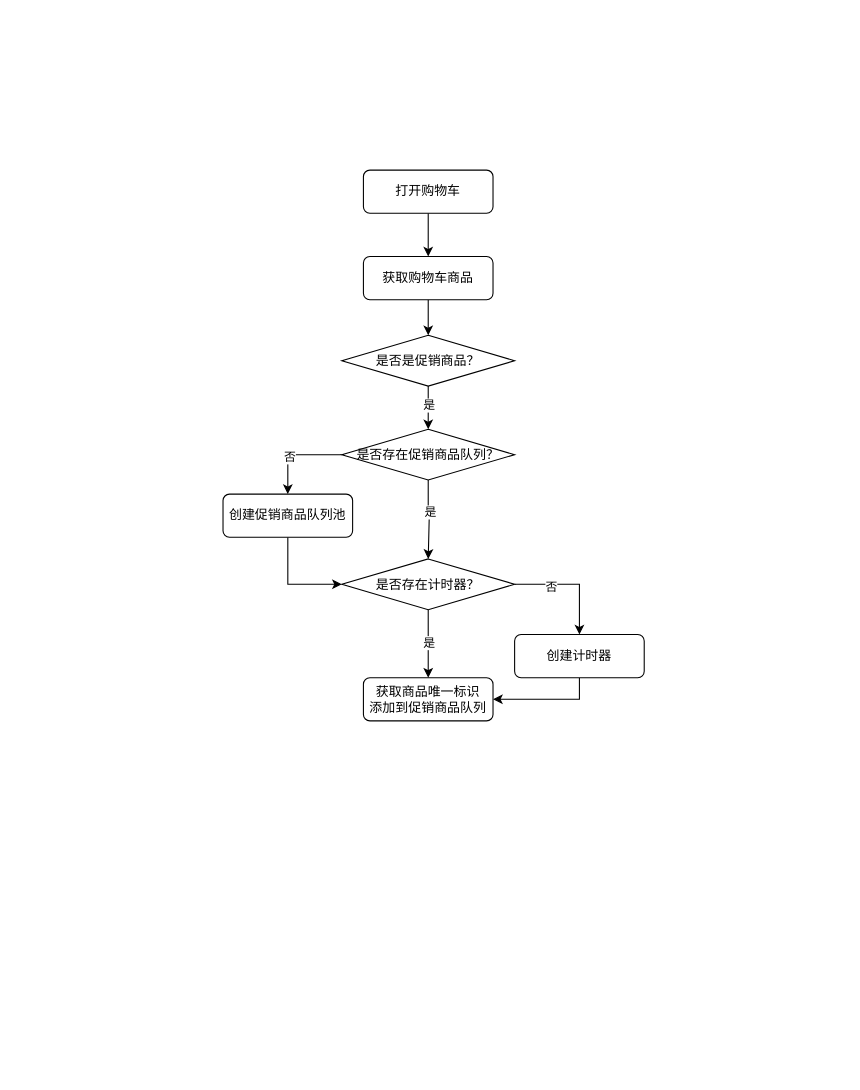
Earlier version of the draw.io diagram cart.drawio (wushenchao/dro). Source tidied: cells renumbered, new cells numbered last; positions are measured from the earlier drawing's top-left corner, leaving out a move shared by most shapes. Both pictures are drawn from the tidied source at 108%, with x=0, y=0 at pixel (222, 170).
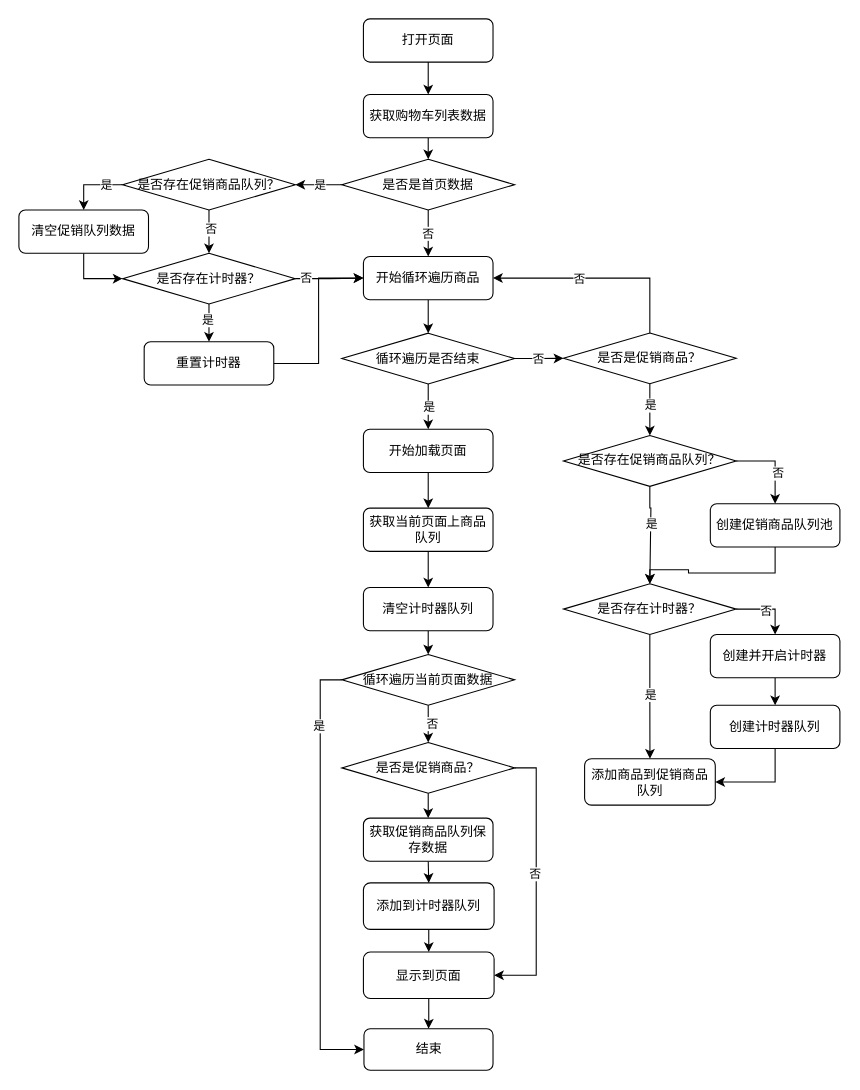
The same diagram, later.

Unchanged cells that the change refers to:
```xml
<mxCell id="19" style="edgeStyle=orthogonalEdgeStyle;rounded=0;jettySize=auto;html=1;exitX=1;exitY=0.5;exitDx=0;exitDy=0;entryX=0.5;entryY=0;entryDx=0;entryDy=0;" parent="1" edge="1" source="21" target="23">
  <mxGeometry relative="1" as="geometry" />
</mxCell>
```

The edit, as a diff of the source:
```diff
@@
-    <mxCell id="2" style="edgeStyle=orthogonalEdgeStyle;rounded=0;jettySize=auto;html=1;exitX=0.5;exitY=1;exitDx=0;exitDy=0;entryX=0.5;entryY=0;entryDx=0;entryDy=0;" parent="1" edge="1" source="3" target="5">
-      <mxGeometry relative="1" as="geometry" />
-    </mxCell>
+    <mxCell id="24" style="edgeStyle=orthogonalEdgeStyle;rounded=0;jettySize=auto;html=1;exitX=0.5;exitY=1;exitDx=0;exitDy=0;entryX=0.5;entryY=0;entryDx=0;entryDy=0;" parent="1" edge="1" source="3" target="32">
+      <mxGeometry relative="1" as="geometry" />
+    </mxCell>
-    <mxCell id="3" value="打开购物车" style="rounded=1;whiteSpace=wrap;html=1;" parent="1" vertex="1">
-      <mxGeometry x="130" width="120" height="40" as="geometry" />
+    <mxCell id="3" value="打开页面" style="rounded=1;whiteSpace=wrap;html=1;" parent="1" vertex="1">
+      <mxGeometry x="130" y="-140" width="120" height="40" as="geometry" />
     </mxCell>
-    <mxCell id="4" style="edgeStyle=orthogonalEdgeStyle;rounded=0;jettySize=auto;html=1;exitX=0.5;exitY=1;exitDx=0;exitDy=0;" parent="1" edge="1" source="5" target="10">
-      <mxGeometry relative="1" as="geometry" />
-    </mxCell>
+    <mxCell id="25" style="edgeStyle=orthogonalEdgeStyle;rounded=0;jettySize=auto;html=1;exitX=0.5;exitY=1;exitDx=0;exitDy=0;entryX=0.5;entryY=0;entryDx=0;entryDy=0;" parent="1" edge="1" source="5" target="56">
+      <mxGeometry relative="1" as="geometry" />
+    </mxCell>
-    <mxCell id="5" value="获取购物车商品" style="rounded=1;whiteSpace=wrap;html=1;" parent="1" vertex="1">
+    <mxCell id="5" value="开始循环遍历商品" style="rounded=1;whiteSpace=wrap;html=1;" parent="1" vertex="1">
       <mxGeometry x="130" y="80" width="120" height="40" as="geometry" />
     </mxCell>
-    <mxCell id="6" style="edgeStyle=orthogonalEdgeStyle;rounded=0;jettySize=auto;html=1;exitX=0.5;exitY=1;exitDx=0;exitDy=0;entryX=0;entryY=0.5;entryDx=0;entryDy=0;" parent="1" edge="1" source="7" target="21">
-      <mxGeometry relative="1" as="geometry" />
-    </mxCell>
-    <mxCell id="7" value="创建促销商品队列池" style="rounded=1;whiteSpace=wrap;html=1;" parent="1" vertex="1">
-      <mxGeometry y="300" width="120" height="40" as="geometry" />
-    </mxCell>
@@
+    <mxCell id="26" style="edgeStyle=orthogonalEdgeStyle;rounded=0;jettySize=auto;html=1;exitX=0.5;exitY=0;exitDx=0;exitDy=0;entryX=1;entryY=0.5;entryDx=0;entryDy=0;" parent="1" edge="1" source="10" target="5">
+      <mxGeometry relative="1" as="geometry" />
+    </mxCell>
+    <mxCell id="27" value="否" style="edgeLabel;html=1;align=center;verticalAlign=middle;" parent="26" vertex="1">
+      <mxGeometry x="0.2" relative="1" as="geometry">
+        <mxPoint x="1" as="offset" />
+      </mxGeometry>
+    </mxCell>
     <mxCell id="10" value="是否是促销商品？" style="rhombus;whiteSpace=wrap;html=1;" parent="1" vertex="1">
-      <mxGeometry x="110" y="153" width="160" height="47" as="geometry" />
+      <mxGeometry x="315.2" y="150.8" width="160" height="47" as="geometry" />
     </mxCell>
-    <mxCell id="11" style="edgeStyle=orthogonalEdgeStyle;rounded=0;jettySize=auto;html=1;exitX=0;exitY=0.5;exitDx=0;exitDy=0;entryX=0.5;entryY=0;entryDx=0;entryDy=0;" parent="1" edge="1" source="15" target="7">
-      <mxGeometry relative="1" as="geometry" />
-    </mxCell>
-    <mxCell id="12" value="否" style="edgeLabel;html=1;align=center;verticalAlign=middle;" parent="11" vertex="1">
-      <mxGeometry x="0.14" y="2" relative="1" as="geometry" />
-    </mxCell>
     <mxCell id="13" style="edgeStyle=orthogonalEdgeStyle;rounded=0;jettySize=auto;html=1;exitX=0.5;exitY=1;exitDx=0;exitDy=0;entryX=0.5;entryY=0;entryDx=0;entryDy=0;" parent="1" edge="1" source="15" target="21">
       <mxGeometry relative="1" as="geometry">
         <Array as="points">
-          <mxPoint x="190" y="319" />
-          <mxPoint x="191" y="319" />
+          <mxPoint x="395.2" y="312.8" />
+          <mxPoint x="396.2" y="312.8" />
         </Array>
       </mxGeometry>
     </mxCell>
@@
+    <mxCell id="11" style="edgeStyle=orthogonalEdgeStyle;rounded=0;jettySize=auto;html=1;exitX=1;exitY=0.5;exitDx=0;exitDy=0;entryX=0.5;entryY=0;entryDx=0;entryDy=0;" parent="1" edge="1" source="15" target="7">
+      <mxGeometry relative="1" as="geometry" />
+    </mxCell>
+    <mxCell id="28" value="否" style="edgeLabel;html=1;align=center;verticalAlign=middle;" parent="11" vertex="1">
+      <mxGeometry x="0.23" y="2" relative="1" as="geometry" />
+    </mxCell>
     <mxCell id="15" value="是否存在促销商品队列？" style="rhombus;whiteSpace=wrap;html=1;" parent="1" vertex="1">
-      <mxGeometry x="110" y="240" width="160" height="47" as="geometry" />
+      <mxGeometry x="315.2" y="245.8" width="160" height="47" as="geometry" />
     </mxCell>
-    <mxCell id="16" value="获取商品唯一标识&lt;div&gt;添加到促销商品队列&lt;/div&gt;" style="rounded=1;whiteSpace=wrap;html=1;" parent="1" vertex="1">
-      <mxGeometry x="130" y="470" width="120" height="40" as="geometry" />
+    <mxCell id="16" value="添加商品到促销商品队列" style="rounded=1;whiteSpace=wrap;html=1;" parent="1" vertex="1">
+      <mxGeometry x="334.8" y="545" width="121" height="43" as="geometry" />
     </mxCell>
@@
-    <mxCell id="20" value="否" style="edgeLabel;html=1;align=center;verticalAlign=middle;" parent="19" vertex="1">
-      <mxGeometry x="-0.38" y="-1" relative="1" as="geometry">
-        <mxPoint y="1" as="offset" />
-      </mxGeometry>
-    </mxCell>
+    <mxCell id="29" value="否" style="edgeLabel;html=1;align=center;verticalAlign=middle;" parent="19" vertex="1">
+      <mxGeometry x="-0.1" relative="1" as="geometry">
+        <mxPoint y="1" as="offset" />
+      </mxGeometry>
+    </mxCell>
     <mxCell id="21" value="是否存在计时器？" style="rhombus;whiteSpace=wrap;html=1;" parent="1" vertex="1">
-      <mxGeometry x="110" y="360" width="160" height="47" as="geometry" />
+      <mxGeometry x="315.2" y="383" width="160" height="47" as="geometry" />
     </mxCell>
-    <mxCell id="22" style="edgeStyle=orthogonalEdgeStyle;rounded=0;jettySize=auto;html=1;exitX=0.5;exitY=1;exitDx=0;exitDy=0;entryX=1;entryY=0.5;entryDx=0;entryDy=0;" parent="1" edge="1" source="23" target="16">
-      <mxGeometry relative="1" as="geometry" />
-    </mxCell>
+    <mxCell id="30" style="edgeStyle=orthogonalEdgeStyle;rounded=0;jettySize=auto;html=1;exitX=0.5;exitY=1;exitDx=0;exitDy=0;" parent="1" edge="1" source="23" target="70">
+      <mxGeometry relative="1" as="geometry" />
+    </mxCell>
-    <mxCell id="23" value="创建计时器" style="rounded=1;whiteSpace=wrap;html=1;" parent="1" vertex="1">
-      <mxGeometry x="270" y="430" width="120" height="40" as="geometry" />
+    <mxCell id="23" value="创建并开启计时器" style="rounded=1;whiteSpace=wrap;html=1;" parent="1" vertex="1">
+      <mxGeometry x="451.2" y="430" width="120" height="40" as="geometry" />
     </mxCell>
+    <mxCell id="31" style="edgeStyle=orthogonalEdgeStyle;rounded=0;jettySize=auto;html=1;exitX=0.5;exitY=1;exitDx=0;exitDy=0;entryX=0.5;entryY=0;entryDx=0;entryDy=0;" parent="1" edge="1" source="32" target="37">
+      <mxGeometry relative="1" as="geometry" />
+    </mxCell>
+    <mxCell id="32" value="获取购物车列表数据" style="rounded=1;whiteSpace=wrap;html=1;" parent="1" vertex="1">
+      <mxGeometry x="130" y="-70" width="120" height="40" as="geometry" />
+    </mxCell>
+    <mxCell id="33" style="edgeStyle=orthogonalEdgeStyle;rounded=0;jettySize=auto;html=1;exitX=0.5;exitY=1;exitDx=0;exitDy=0;" parent="1" edge="1" source="37" target="5">
+      <mxGeometry relative="1" as="geometry" />
+    </mxCell>
+    <mxCell id="34" value="否" style="edgeLabel;html=1;align=center;verticalAlign=middle;" parent="33" vertex="1">
+      <mxGeometry x="-0.02" y="-1" relative="1" as="geometry" />
+    </mxCell>
+    <mxCell id="35" style="edgeStyle=orthogonalEdgeStyle;rounded=0;jettySize=auto;html=1;exitX=0;exitY=0.5;exitDx=0;exitDy=0;entryX=1;entryY=0.5;entryDx=0;entryDy=0;" parent="1" edge="1" source="37" target="42">
+      <mxGeometry relative="1" as="geometry" />
+    </mxCell>
+    <mxCell id="36" value="是" style="edgeLabel;html=1;align=center;verticalAlign=middle;" parent="35" vertex="1">
+      <mxGeometry x="-0.02" relative="1" as="geometry" />
+    </mxCell>
+    <mxCell id="37" value="是否是首页数据" style="rhombus;whiteSpace=wrap;html=1;" parent="1" vertex="1">
+      <mxGeometry x="110" y="-10" width="160" height="47" as="geometry" />
+    </mxCell>
+    <mxCell id="38" style="edgeStyle=orthogonalEdgeStyle;rounded=0;jettySize=auto;html=1;exitX=0.5;exitY=1;exitDx=0;exitDy=0;entryX=0.5;entryY=0;entryDx=0;entryDy=0;" parent="1" edge="1" source="42" target="47">
+      <mxGeometry relative="1" as="geometry" />
+    </mxCell>
+    <mxCell id="39" value="否" style="edgeLabel;html=1;align=center;verticalAlign=middle;" parent="38" vertex="1">
+      <mxGeometry x="-0.16" y="1" relative="1" as="geometry" />
+    </mxCell>
+    <mxCell id="40" style="edgeStyle=orthogonalEdgeStyle;rounded=0;jettySize=auto;html=1;exitX=0;exitY=0.5;exitDx=0;exitDy=0;entryX=0.5;entryY=0;entryDx=0;entryDy=0;" parent="1" edge="1" source="42" target="49">
+      <mxGeometry relative="1" as="geometry" />
+    </mxCell>
+    <mxCell id="41" value="是" style="edgeLabel;html=1;align=center;verticalAlign=middle;" parent="40" vertex="1">
+      <mxGeometry x="-0.47" relative="1" as="geometry" />
+    </mxCell>
+    <mxCell id="42" value="是否存在促销商品队列？" style="rhombus;whiteSpace=wrap;html=1;" parent="1" vertex="1">
+      <mxGeometry x="-93" y="-10" width="160" height="47" as="geometry" />
+    </mxCell>
+    <mxCell id="43" style="edgeStyle=orthogonalEdgeStyle;rounded=0;jettySize=auto;html=1;exitX=0.5;exitY=1;exitDx=0;exitDy=0;entryX=0.5;entryY=0;entryDx=0;entryDy=0;" parent="1" edge="1" source="47" target="51">
+      <mxGeometry relative="1" as="geometry" />
+    </mxCell>
+    <mxCell id="44" value="是" style="edgeLabel;html=1;align=center;verticalAlign=middle;" parent="43" vertex="1">
+      <mxGeometry x="-0.21" y="-2" relative="1" as="geometry" />
+    </mxCell>
+    <mxCell id="45" style="edgeStyle=orthogonalEdgeStyle;rounded=0;jettySize=auto;html=1;exitX=1;exitY=0.5;exitDx=0;exitDy=0;entryX=0;entryY=0.5;entryDx=0;entryDy=0;" parent="1" edge="1" source="47" target="5">
+      <mxGeometry relative="1" as="geometry" />
+    </mxCell>
+    <mxCell id="46" value="否" style="edgeLabel;html=1;align=center;verticalAlign=middle;" parent="45" vertex="1">
+      <mxGeometry x="-0.71" y="2" relative="1" as="geometry">
+        <mxPoint y="1" as="offset" />
+      </mxGeometry>
+    </mxCell>
+    <mxCell id="47" value="是否存在计时器？" style="rhombus;whiteSpace=wrap;html=1;" parent="1" vertex="1">
+      <mxGeometry x="-93" y="77" width="160" height="47" as="geometry" />
+    </mxCell>
+    <mxCell id="48" style="edgeStyle=orthogonalEdgeStyle;rounded=0;jettySize=auto;html=1;exitX=0.5;exitY=1;exitDx=0;exitDy=0;entryX=0;entryY=0.5;entryDx=0;entryDy=0;" parent="1" edge="1" source="49" target="47">
+      <mxGeometry relative="1" as="geometry" />
+    </mxCell>
+    <mxCell id="49" value="清空促销队列数据" style="rounded=1;whiteSpace=wrap;html=1;" parent="1" vertex="1">
+      <mxGeometry x="-189" y="37" width="120" height="40" as="geometry" />
+    </mxCell>
+    <mxCell id="50" style="edgeStyle=orthogonalEdgeStyle;rounded=0;jettySize=auto;html=1;exitX=1;exitY=0.5;exitDx=0;exitDy=0;entryX=0;entryY=0.5;entryDx=0;entryDy=0;" parent="1" edge="1" source="51" target="5">
+      <mxGeometry relative="1" as="geometry" />
+    </mxCell>
+    <mxCell id="51" value="重置计时器" style="rounded=1;whiteSpace=wrap;html=1;" parent="1" vertex="1">
+      <mxGeometry x="-73" y="159" width="120" height="40" as="geometry" />
+    </mxCell>
+    <mxCell id="52" style="edgeStyle=orthogonalEdgeStyle;rounded=0;jettySize=auto;html=1;exitX=0.5;exitY=1;exitDx=0;exitDy=0;entryX=0.5;entryY=0;entryDx=0;entryDy=0;" parent="1" edge="1" source="56" target="58">
+      <mxGeometry relative="1" as="geometry" />
+    </mxCell>
+    <mxCell id="53" value="是" style="edgeLabel;html=1;align=center;verticalAlign=middle;" parent="52" vertex="1">
+      <mxGeometry x="-0.02" relative="1" as="geometry" />
+    </mxCell>
+    <mxCell id="54" style="edgeStyle=orthogonalEdgeStyle;rounded=0;jettySize=auto;html=1;exitX=1;exitY=0.5;exitDx=0;exitDy=0;entryX=0;entryY=0.5;entryDx=0;entryDy=0;" parent="1" edge="1" source="56" target="10">
+      <mxGeometry relative="1" as="geometry" />
+    </mxCell>
+    <mxCell id="55" value="否" style="edgeLabel;html=1;align=center;verticalAlign=middle;" parent="54" vertex="1">
+      <mxGeometry x="-0.08" y="1" relative="1" as="geometry">
+        <mxPoint y="1" as="offset" />
+      </mxGeometry>
+    </mxCell>
+    <mxCell id="56" value="循环遍历是否结束" style="rhombus;whiteSpace=wrap;html=1;" parent="1" vertex="1">
+      <mxGeometry x="110" y="151" width="160" height="47" as="geometry" />
+    </mxCell>
+    <mxCell id="57" style="edgeStyle=orthogonalEdgeStyle;rounded=0;jettySize=auto;html=1;exitX=0.5;exitY=1;exitDx=0;exitDy=0;entryX=0.5;entryY=0;entryDx=0;entryDy=0;" parent="1" edge="1" source="58" target="60">
+      <mxGeometry relative="1" as="geometry" />
+    </mxCell>
+    <mxCell id="58" value="开始加载页面" style="rounded=1;whiteSpace=wrap;html=1;" parent="1" vertex="1">
+      <mxGeometry x="130" y="240" width="120" height="40" as="geometry" />
+    </mxCell>
+    <mxCell id="59" style="edgeStyle=orthogonalEdgeStyle;rounded=0;jettySize=auto;html=1;exitX=0.5;exitY=1;exitDx=0;exitDy=0;entryX=0.5;entryY=0;entryDx=0;entryDy=0;" parent="1" edge="1" source="60" target="72">
+      <mxGeometry relative="1" as="geometry" />
+    </mxCell>
+    <mxCell id="60" value="获取当前页面上商品队列" style="rounded=1;whiteSpace=wrap;html=1;" parent="1" vertex="1">
+      <mxGeometry x="130" y="313" width="120" height="40" as="geometry" />
+    </mxCell>
+    <mxCell id="61" style="edgeStyle=orthogonalEdgeStyle;rounded=0;jettySize=auto;html=1;exitX=0.5;exitY=1;exitDx=0;exitDy=0;entryX=0.5;entryY=0;entryDx=0;entryDy=0;" parent="1" edge="1" source="64" target="66">
+      <mxGeometry relative="1" as="geometry" />
+    </mxCell>
+    <mxCell id="62" style="edgeStyle=orthogonalEdgeStyle;rounded=0;jettySize=auto;html=1;exitX=1;exitY=0.5;exitDx=0;exitDy=0;entryX=1;entryY=0.5;entryDx=0;entryDy=0;" parent="1" edge="1" source="64" target="74">
+      <mxGeometry relative="1" as="geometry" />
+    </mxCell>
+    <mxCell id="63" value="否" style="edgeLabel;html=1;align=center;verticalAlign=middle;" parent="62" vertex="1">
+      <mxGeometry x="-0.06" y="-2" relative="1" as="geometry" />
+    </mxCell>
+    <mxCell id="64" value="是否是促销商品？" style="rhombus;whiteSpace=wrap;html=1;" parent="1" vertex="1">
+      <mxGeometry x="110" y="530" width="160" height="47" as="geometry" />
+    </mxCell>
+    <mxCell id="65" style="edgeStyle=orthogonalEdgeStyle;rounded=0;jettySize=auto;html=1;exitX=0.5;exitY=1;exitDx=0;exitDy=0;entryX=0.5;entryY=0;entryDx=0;entryDy=0;" parent="1" edge="1" source="66" target="68">
+      <mxGeometry relative="1" as="geometry" />
+    </mxCell>
+    <mxCell id="66" value="获取促销商品队列保存数据" style="rounded=1;whiteSpace=wrap;html=1;" parent="1" vertex="1">
+      <mxGeometry x="130" y="600" width="120" height="40" as="geometry" />
+    </mxCell>
+    <mxCell id="67" style="edgeStyle=orthogonalEdgeStyle;rounded=0;jettySize=auto;html=1;exitX=0.5;exitY=1;exitDx=0;exitDy=0;entryX=0.5;entryY=0;entryDx=0;entryDy=0;" parent="1" edge="1" source="68" target="74">
+      <mxGeometry relative="1" as="geometry" />
+    </mxCell>
+    <mxCell id="68" value="&lt;div&gt;添加到计时器队列&lt;/div&gt;" style="rounded=1;whiteSpace=wrap;html=1;" parent="1" vertex="1">
+      <mxGeometry x="130" y="660" width="121" height="43" as="geometry" />
+    </mxCell>
+    <mxCell id="69" style="edgeStyle=orthogonalEdgeStyle;rounded=0;jettySize=auto;html=1;exitX=0.5;exitY=1;exitDx=0;exitDy=0;entryX=1;entryY=0.5;entryDx=0;entryDy=0;" parent="1" edge="1" source="70" target="16">
+      <mxGeometry relative="1" as="geometry" />
+    </mxCell>
+    <mxCell id="70" value="创建计时器队列" style="rounded=1;whiteSpace=wrap;html=1;" parent="1" vertex="1">
+      <mxGeometry x="451.2" y="495.5" width="120" height="40" as="geometry" />
+    </mxCell>
+    <mxCell id="71" style="edgeStyle=orthogonalEdgeStyle;rounded=0;jettySize=auto;html=1;exitX=0.5;exitY=1;exitDx=0;exitDy=0;entryX=0.5;entryY=0;entryDx=0;entryDy=0;" parent="1" edge="1" source="72" target="80">
+      <mxGeometry relative="1" as="geometry" />
+    </mxCell>
+    <mxCell id="72" value="清空计时器队列" style="rounded=1;whiteSpace=wrap;html=1;" parent="1" vertex="1">
+      <mxGeometry x="130" y="386.5" width="120" height="40" as="geometry" />
+    </mxCell>
+    <mxCell id="73" style="edgeStyle=orthogonalEdgeStyle;rounded=0;jettySize=auto;html=1;" parent="1" edge="1" source="74" target="75">
+      <mxGeometry relative="1" as="geometry" />
+    </mxCell>
+    <mxCell id="74" value="显示到页面" style="rounded=1;whiteSpace=wrap;html=1;" parent="1" vertex="1">
+      <mxGeometry x="130" y="724" width="121" height="43" as="geometry" />
+    </mxCell>
+    <mxCell id="75" value="结束" style="whiteSpace=wrap;html=1;rounded=1;" parent="1" vertex="1">
+      <mxGeometry x="130.5" y="795" width="119.5" height="38.5" as="geometry" />
+    </mxCell>
+    <mxCell id="6" style="edgeStyle=orthogonalEdgeStyle;rounded=0;jettySize=auto;html=1;exitX=0.5;exitY=1;exitDx=0;exitDy=0;entryX=0.5;entryY=0;entryDx=0;entryDy=0;" parent="1" edge="1" source="7" target="21">
+      <mxGeometry relative="1" as="geometry">
+        <Array as="points">
+          <mxPoint x="511" y="373" />
+          <mxPoint x="431" y="373" />
+          <mxPoint x="431" y="370" />
+          <mxPoint x="395" y="370" />
+        </Array>
+      </mxGeometry>
+    </mxCell>
+    <mxCell id="7" value="创建促销商品队列池" style="rounded=1;whiteSpace=wrap;html=1;" parent="1" vertex="1">
+      <mxGeometry x="451.2" y="309" width="120" height="40" as="geometry" />
+    </mxCell>
+    <mxCell id="76" style="edgeStyle=orthogonalEdgeStyle;rounded=0;jettySize=auto;html=1;exitX=0.5;exitY=1;exitDx=0;exitDy=0;entryX=0.5;entryY=0;entryDx=0;entryDy=0;" parent="1" edge="1" source="80" target="64">
+      <mxGeometry relative="1" as="geometry" />
+    </mxCell>
+    <mxCell id="77" value="否" style="edgeLabel;html=1;align=center;verticalAlign=middle;" parent="76" vertex="1">
+      <mxGeometry x="0.01" y="3" relative="1" as="geometry" />
+    </mxCell>
+    <mxCell id="78" style="edgeStyle=orthogonalEdgeStyle;rounded=0;jettySize=auto;html=1;exitX=0;exitY=0.5;exitDx=0;exitDy=0;entryX=0;entryY=0.5;entryDx=0;entryDy=0;" parent="1" edge="1" source="80" target="75">
+      <mxGeometry relative="1" as="geometry" />
+    </mxCell>
+    <mxCell id="79" value="是" style="edgeLabel;html=1;align=center;verticalAlign=middle;" parent="78" vertex="1">
+      <mxGeometry x="-0.69" y="-2" relative="1" as="geometry" />
+    </mxCell>
+    <mxCell id="80" value="循环遍历当前页面数据" style="rhombus;whiteSpace=wrap;html=1;" parent="1" vertex="1">
+      <mxGeometry x="110" y="448.5" width="160" height="47" as="geometry" />
+    </mxCell>
```
